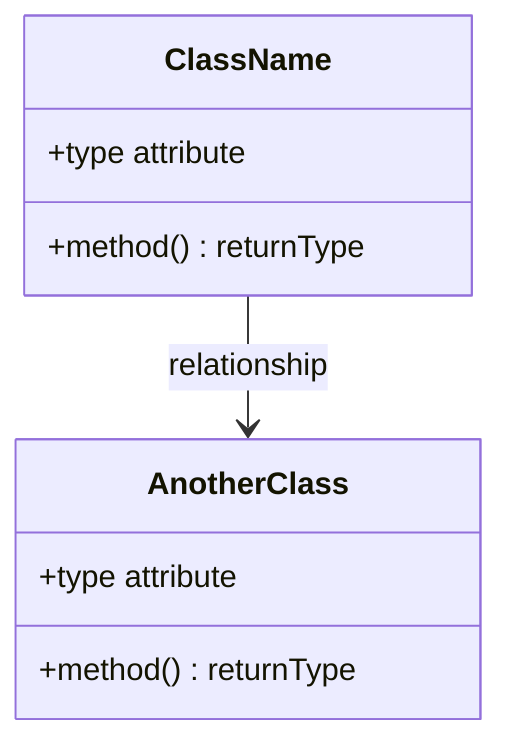
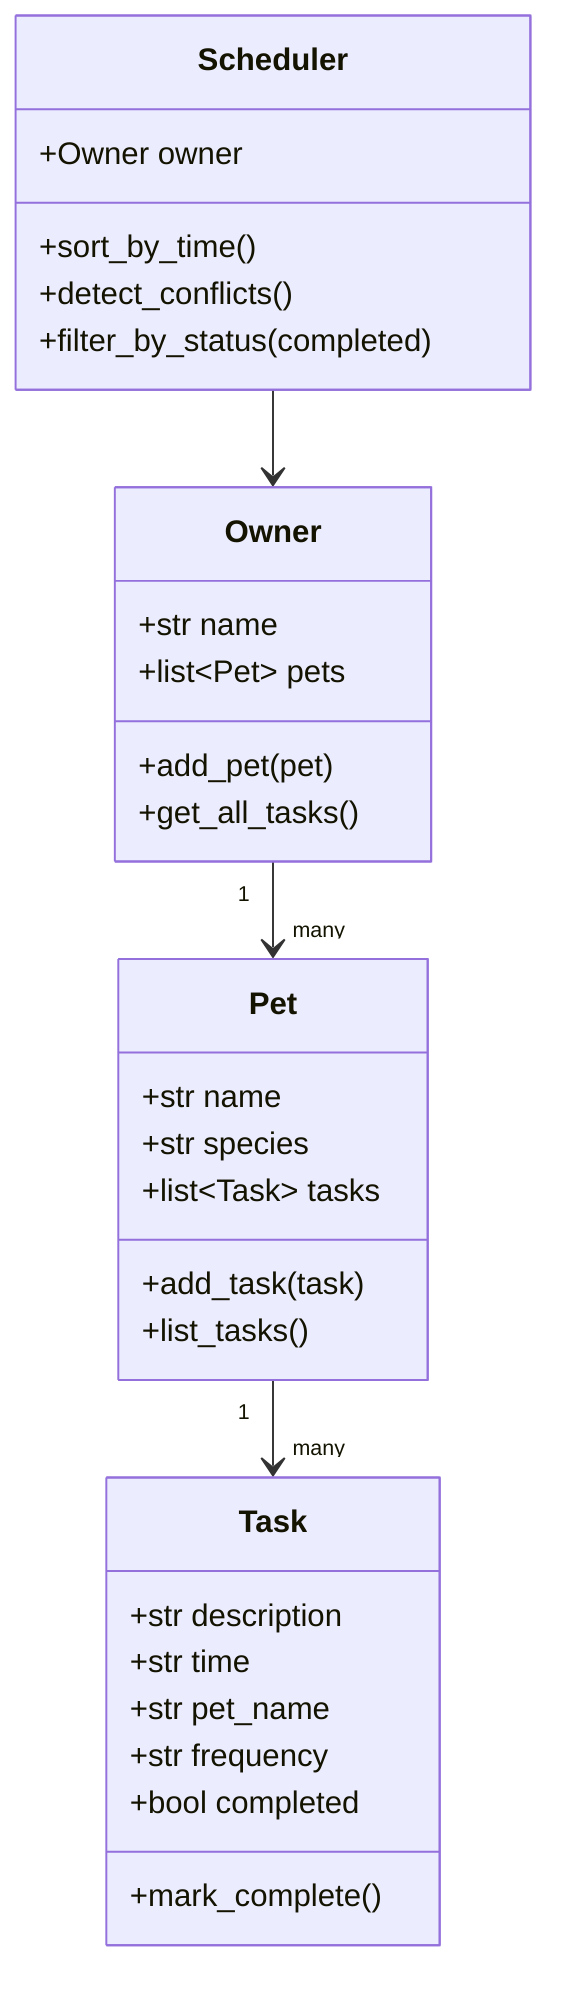
classDiagram
-     %% Replace the placeholders below with your actual classes, attributes, methods, and relationships.
-     %% Keep this file updated so it matches your final implementation.
- 
-     class ClassName {
-         +type attribute
-         +method() returnType
+     class Task {
+         +str description
+         +str time
+         +str pet_name
+         +str frequency
+         +bool completed
+         +mark_complete()
    }

-     class AnotherClass {
-         +type attribute
-         +method() returnType
+     class Pet {
+         +str name
+         +str species
+         +list~Task~ tasks
+         +add_task(task)
+         +list_tasks()
    }

-     ClassName --> AnotherClass : relationship
+     class Owner {
+         +str name
+         +list~Pet~ pets
+         +add_pet(pet)
+         +get_all_tasks()
+     }
+ 
+     class Scheduler {
+         +Owner owner
+         +sort_by_time()
+         +detect_conflicts()
+         +filter_by_status(completed)
+     }
+ 
+     Owner "1" --> "many" Pet
+     Pet "1" --> "many" Task
+     Scheduler --> Owner
